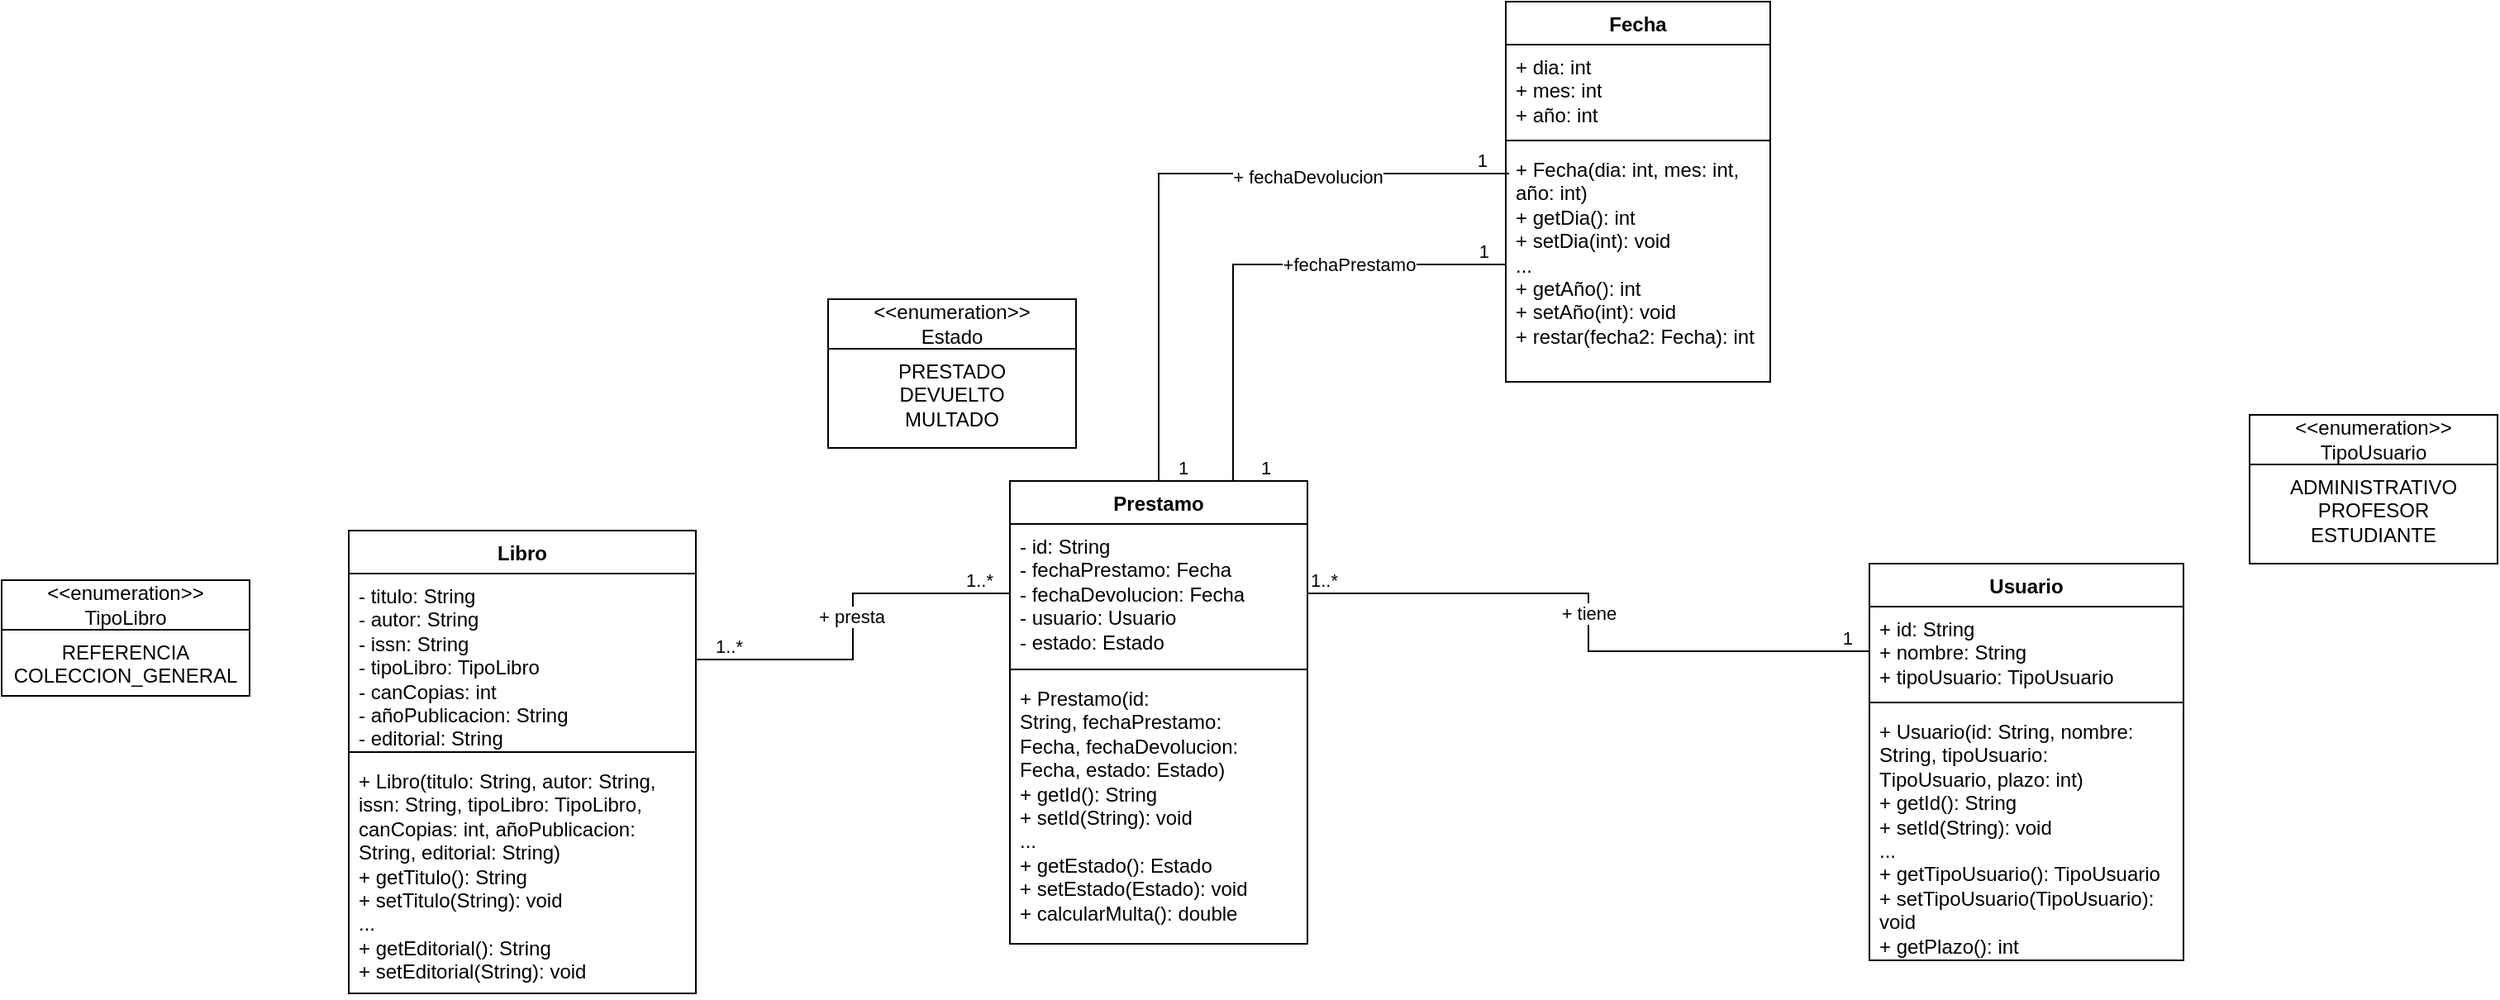
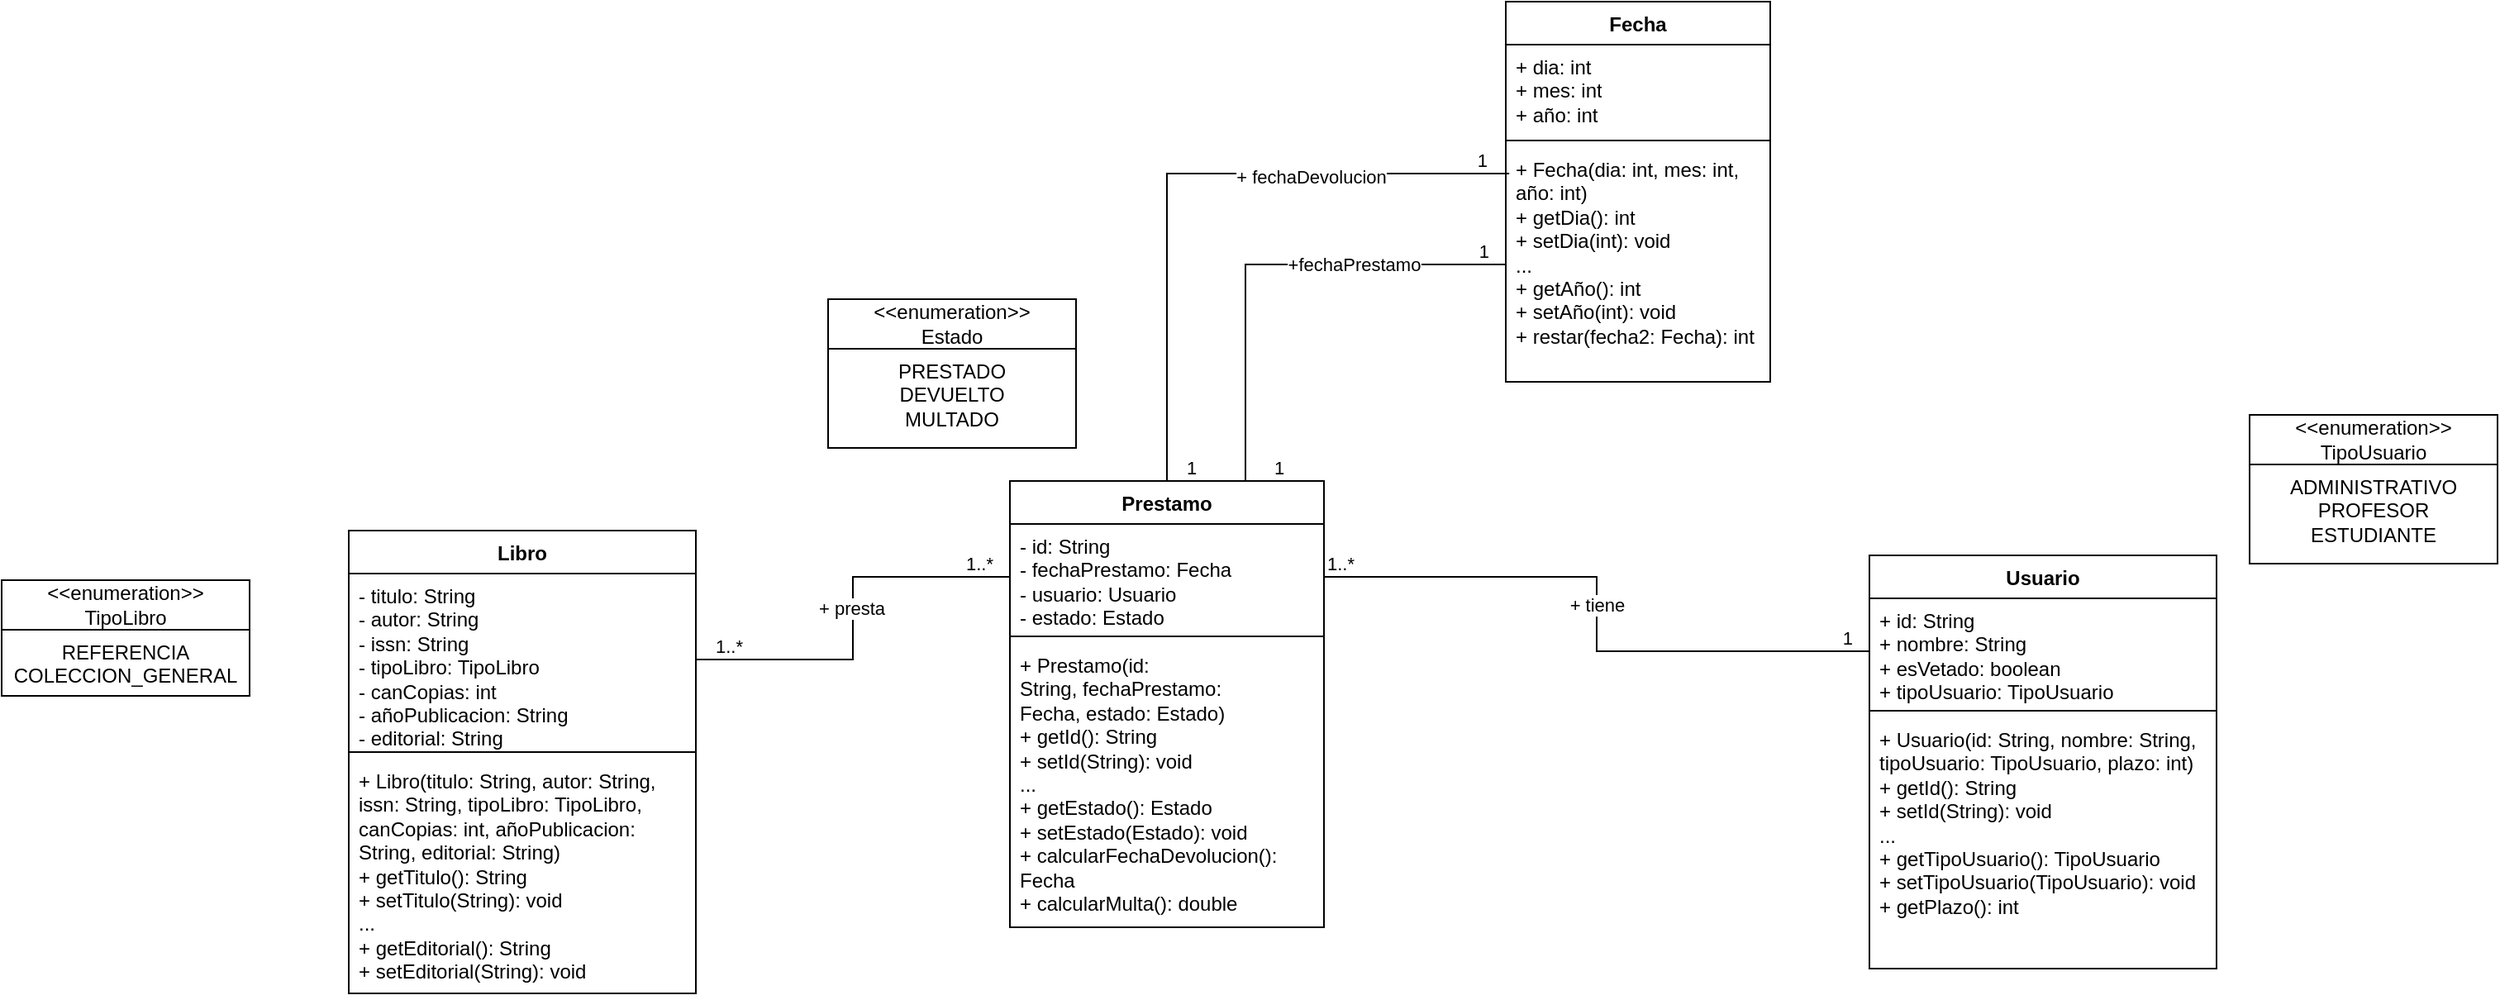
<mxfile host="app.diagrams.net">
  <diagram name="Página-1" id="T2FXIAzFDDacMx3JUOWi">
-     <mxGraphModel dx="1091" dy="1341" grid="1" gridSize="10" guides="1" tooltips="1" connect="1" arrows="1" fold="1" page="1" pageScale="1" pageWidth="1169" pageHeight="827" math="0" shadow="0">
+     <mxGraphModel dx="594" dy="1106" grid="1" gridSize="10" guides="1" tooltips="1" connect="1" arrows="1" fold="1" page="1" pageScale="1" pageWidth="1169" pageHeight="827" math="0" shadow="0">
      <root>
        <mxCell id="0" />
        <mxCell id="1" parent="0" />
        <mxCell id="m8XhnUcSD3VHOy4mk_Y8-1" parent="1" style="swimlane;fontStyle=1;align=center;verticalAlign=top;childLayout=stackLayout;horizontal=1;startSize=26;horizontalStack=0;resizeParent=1;resizeParentMax=0;resizeLast=0;collapsible=1;marginBottom=0;whiteSpace=wrap;html=1;" value="Libro" vertex="1">
          <mxGeometry height="280" width="210" x="230" y="180" as="geometry" />
        </mxCell>
        <mxCell id="m8XhnUcSD3VHOy4mk_Y8-2" parent="m8XhnUcSD3VHOy4mk_Y8-1" style="text;strokeColor=none;fillColor=none;align=left;verticalAlign=top;spacingLeft=4;spacingRight=4;overflow=hidden;rotatable=0;points=[[0,0.5],[1,0.5]];portConstraint=eastwest;whiteSpace=wrap;html=1;" value="- titulo: String&lt;div&gt;- autor: String&lt;/div&gt;&lt;div&gt;- issn: String&lt;/div&gt;&lt;div&gt;- tipoLibro: TipoLibro&lt;/div&gt;&lt;div&gt;- canCopias: int&lt;/div&gt;&lt;div&gt;- añoPublicacion: String&lt;/div&gt;&lt;div&gt;- editorial: String&lt;/div&gt;" vertex="1">
          <mxGeometry height="104" width="210" y="26" as="geometry" />
        </mxCell>
        <mxCell id="m8XhnUcSD3VHOy4mk_Y8-3" parent="m8XhnUcSD3VHOy4mk_Y8-1" style="line;strokeWidth=1;fillColor=none;align=left;verticalAlign=middle;spacingTop=-1;spacingLeft=3;spacingRight=3;rotatable=0;labelPosition=right;points=[];portConstraint=eastwest;strokeColor=inherit;" value="" vertex="1">
          <mxGeometry height="8" width="210" y="130" as="geometry" />
        </mxCell>
        <mxCell id="m8XhnUcSD3VHOy4mk_Y8-4" parent="m8XhnUcSD3VHOy4mk_Y8-1" style="text;strokeColor=none;fillColor=none;align=left;verticalAlign=top;spacingLeft=4;spacingRight=4;overflow=hidden;rotatable=0;points=[[0,0.5],[1,0.5]];portConstraint=eastwest;whiteSpace=wrap;html=1;" value="+ Libro(titulo: String, autor: String, issn: String, tipoLibro: TipoLibro, canCopias: int,&amp;nbsp;añoPublicacion: String, editorial: String)&lt;div&gt;+ getTitulo(): String&lt;/div&gt;&lt;div&gt;+ setTitulo(String): void&lt;/div&gt;&lt;div&gt;...&lt;/div&gt;&lt;div&gt;+ getEditorial(): String&lt;/div&gt;&lt;div&gt;+ setEditorial(String): void&lt;/div&gt;" vertex="1">
          <mxGeometry height="142" width="210" y="138" as="geometry" />
        </mxCell>
        <mxCell id="m8XhnUcSD3VHOy4mk_Y8-6" parent="1" style="swimlane;fontStyle=0;childLayout=stackLayout;horizontal=1;startSize=30;fillColor=none;horizontalStack=0;resizeParent=1;resizeParentMax=0;resizeLast=0;collapsible=1;marginBottom=0;whiteSpace=wrap;html=1;" value="&amp;lt;&amp;lt;enumeration&amp;gt;&amp;gt;&lt;div&gt;TipoLibro&lt;/div&gt;" vertex="1">
          <mxGeometry height="70" width="150" x="20" y="210" as="geometry" />
        </mxCell>
        <mxCell id="m8XhnUcSD3VHOy4mk_Y8-7" parent="m8XhnUcSD3VHOy4mk_Y8-6" style="text;strokeColor=none;fillColor=none;align=center;verticalAlign=top;spacingLeft=4;spacingRight=4;overflow=hidden;rotatable=0;points=[[0,0.5],[1,0.5]];portConstraint=eastwest;whiteSpace=wrap;html=1;" value="REFERENCIA&lt;div&gt;COLECCION_GENERAL&lt;/div&gt;" vertex="1">
          <mxGeometry height="40" width="150" y="30" as="geometry" />
        </mxCell>
        <mxCell id="m8XhnUcSD3VHOy4mk_Y8-11" parent="1" style="swimlane;fontStyle=1;align=center;verticalAlign=top;childLayout=stackLayout;horizontal=1;startSize=26;horizontalStack=0;resizeParent=1;resizeParentMax=0;resizeLast=0;collapsible=1;marginBottom=0;whiteSpace=wrap;html=1;" value="Prestamo" vertex="1">
-           <mxGeometry height="280" width="180" x="630" y="150" as="geometry" />
+           <mxGeometry height="270" width="190" x="630" y="150" as="geometry" />
        </mxCell>
-         <mxCell id="m8XhnUcSD3VHOy4mk_Y8-12" parent="m8XhnUcSD3VHOy4mk_Y8-11" style="text;strokeColor=none;fillColor=none;align=left;verticalAlign=top;spacingLeft=4;spacingRight=4;overflow=hidden;rotatable=0;points=[[0,0.5],[1,0.5]];portConstraint=eastwest;whiteSpace=wrap;html=1;" value="- id: String&lt;div&gt;- fechaPrestamo: Fecha&lt;/div&gt;&lt;div&gt;- fechaDevolucion: Fecha&lt;/div&gt;&lt;div&gt;- usuario: Usuario&lt;br&gt;&lt;div&gt;&lt;span style=&quot;background-color: transparent; color: light-dark(rgb(0, 0, 0), rgb(255, 255, 255));&quot;&gt;- estado: Estado&lt;/span&gt;&lt;div&gt;&lt;br&gt;&lt;/div&gt;&lt;/div&gt;&lt;/div&gt;" vertex="1">
-           <mxGeometry height="84" width="180" y="26" as="geometry" />
+         <mxCell id="m8XhnUcSD3VHOy4mk_Y8-12" parent="m8XhnUcSD3VHOy4mk_Y8-11" style="text;strokeColor=none;fillColor=none;align=left;verticalAlign=top;spacingLeft=4;spacingRight=4;overflow=hidden;rotatable=0;points=[[0,0.5],[1,0.5]];portConstraint=eastwest;whiteSpace=wrap;html=1;" value="- id: String&lt;div&gt;- fechaPrestamo: Fecha&lt;/div&gt;&lt;div&gt;&lt;span style=&quot;background-color: transparent; color: light-dark(rgb(0, 0, 0), rgb(255, 255, 255));&quot;&gt;- usuario: Usuario&lt;/span&gt;&lt;/div&gt;&lt;div&gt;&lt;div&gt;&lt;span style=&quot;background-color: transparent; color: light-dark(rgb(0, 0, 0), rgb(255, 255, 255));&quot;&gt;- estado: Estado&lt;/span&gt;&lt;div&gt;&lt;br&gt;&lt;/div&gt;&lt;/div&gt;&lt;/div&gt;" vertex="1">
+           <mxGeometry height="64" width="190" y="26" as="geometry" />
        </mxCell>
        <mxCell id="m8XhnUcSD3VHOy4mk_Y8-13" parent="m8XhnUcSD3VHOy4mk_Y8-11" style="line;strokeWidth=1;fillColor=none;align=left;verticalAlign=middle;spacingTop=-1;spacingLeft=3;spacingRight=3;rotatable=0;labelPosition=right;points=[];portConstraint=eastwest;strokeColor=inherit;" value="" vertex="1">
-           <mxGeometry height="8" width="180" y="110" as="geometry" />
+           <mxGeometry height="8" width="190" y="90" as="geometry" />
        </mxCell>
-         <mxCell id="m8XhnUcSD3VHOy4mk_Y8-14" parent="m8XhnUcSD3VHOy4mk_Y8-11" style="text;strokeColor=none;fillColor=none;align=left;verticalAlign=top;spacingLeft=4;spacingRight=4;overflow=hidden;rotatable=0;points=[[0,0.5],[1,0.5]];portConstraint=eastwest;whiteSpace=wrap;html=1;" value="&lt;div&gt;+ Prestamo(id: String,&lt;span style=&quot;background-color: transparent; color: light-dark(rgb(0, 0, 0), rgb(255, 255, 255));&quot;&gt;&amp;nbsp;fechaPrestamo: Fecha,&amp;nbsp;&lt;/span&gt;&lt;span style=&quot;background-color: transparent; color: light-dark(rgb(0, 0, 0), rgb(255, 255, 255));&quot;&gt;fechaDevolucion: Fecha,&lt;/span&gt;&lt;span style=&quot;background-color: transparent; color: light-dark(rgb(0, 0, 0), rgb(255, 255, 255));&quot;&gt;&amp;nbsp;estado: Estado)&lt;/span&gt;&lt;/div&gt;&lt;div&gt;+ getId(): String&lt;/div&gt;&lt;div&gt;+ setId(String): void&lt;/div&gt;&lt;div&gt;...&lt;/div&gt;&lt;div&gt;+ getEstado():&amp;nbsp;&lt;span style=&quot;background-color: transparent; color: light-dark(rgb(0, 0, 0), rgb(255, 255, 255));&quot;&gt;Estado&lt;/span&gt;&lt;/div&gt;&lt;div&gt;+ setEstado(Estado): void&lt;/div&gt;+ calcularMulta(): double" vertex="1">
-           <mxGeometry height="162" width="180" y="118" as="geometry" />
+         <mxCell id="m8XhnUcSD3VHOy4mk_Y8-14" parent="m8XhnUcSD3VHOy4mk_Y8-11" style="text;strokeColor=none;fillColor=none;align=left;verticalAlign=top;spacingLeft=4;spacingRight=4;overflow=hidden;rotatable=0;points=[[0,0.5],[1,0.5]];portConstraint=eastwest;whiteSpace=wrap;html=1;" value="&lt;div&gt;+ Prestamo(id: String,&lt;span style=&quot;background-color: transparent; color: light-dark(rgb(0, 0, 0), rgb(255, 255, 255));&quot;&gt;&amp;nbsp;fechaPrestamo: Fecha&lt;/span&gt;&lt;span style=&quot;background-color: transparent; color: light-dark(rgb(0, 0, 0), rgb(255, 255, 255));&quot;&gt;,&lt;/span&gt;&lt;span style=&quot;background-color: transparent; color: light-dark(rgb(0, 0, 0), rgb(255, 255, 255));&quot;&gt;&amp;nbsp;estado: Estado)&lt;/span&gt;&lt;/div&gt;&lt;div&gt;+ getId(): String&lt;/div&gt;&lt;div&gt;+ setId(String): void&lt;/div&gt;&lt;div&gt;...&lt;/div&gt;&lt;div&gt;+ getEstado():&amp;nbsp;&lt;span style=&quot;background-color: transparent; color: light-dark(rgb(0, 0, 0), rgb(255, 255, 255));&quot;&gt;Estado&lt;/span&gt;&lt;/div&gt;&lt;div&gt;+ setEstado(Estado): void&lt;/div&gt;&lt;div&gt;+ calcularFechaDevolucion(): Fecha&lt;/div&gt;+ calcularMulta(): double" vertex="1">
+           <mxGeometry height="172" width="190" y="98" as="geometry" />
        </mxCell>
        <mxCell id="m8XhnUcSD3VHOy4mk_Y8-19" parent="1" style="swimlane;fontStyle=0;childLayout=stackLayout;horizontal=1;startSize=30;fillColor=none;horizontalStack=0;resizeParent=1;resizeParentMax=0;resizeLast=0;collapsible=1;marginBottom=0;whiteSpace=wrap;html=1;" value="&amp;lt;&amp;lt;enumeration&amp;gt;&amp;gt;&lt;div&gt;Estado&lt;/div&gt;" vertex="1">
          <mxGeometry height="90" width="150" x="520" y="40" as="geometry" />
        </mxCell>
        <mxCell id="m8XhnUcSD3VHOy4mk_Y8-20" parent="m8XhnUcSD3VHOy4mk_Y8-19" style="text;strokeColor=none;fillColor=none;align=center;verticalAlign=top;spacingLeft=4;spacingRight=4;overflow=hidden;rotatable=0;points=[[0,0.5],[1,0.5]];portConstraint=eastwest;whiteSpace=wrap;html=1;" value="PRESTADO&lt;div&gt;DEVUELTO&lt;/div&gt;&lt;div&gt;MULTADO&lt;/div&gt;" vertex="1">
          <mxGeometry height="60" width="150" y="30" as="geometry" />
        </mxCell>
        <mxCell id="m8XhnUcSD3VHOy4mk_Y8-21" edge="1" parent="1" source="m8XhnUcSD3VHOy4mk_Y8-2" style="endArrow=none;html=1;edgeStyle=orthogonalEdgeStyle;rounded=0;entryX=0;entryY=0.5;entryDx=0;entryDy=0;exitX=1;exitY=0.5;exitDx=0;exitDy=0;" target="m8XhnUcSD3VHOy4mk_Y8-12" value="">
          <mxGeometry relative="1" as="geometry">
            <mxPoint x="480" y="460" as="sourcePoint" />
            <mxPoint x="640" y="460" as="targetPoint" />
          </mxGeometry>
        </mxCell>
        <mxCell id="m8XhnUcSD3VHOy4mk_Y8-22" connectable="0" parent="m8XhnUcSD3VHOy4mk_Y8-21" style="edgeLabel;resizable=0;html=1;align=left;verticalAlign=bottom;" value="1..*" vertex="1">
          <mxGeometry relative="1" x="-1" as="geometry">
            <mxPoint x="10" as="offset" />
          </mxGeometry>
        </mxCell>
        <mxCell id="m8XhnUcSD3VHOy4mk_Y8-23" connectable="0" parent="m8XhnUcSD3VHOy4mk_Y8-21" style="edgeLabel;resizable=0;html=1;align=right;verticalAlign=bottom;" value="1..*" vertex="1">
          <mxGeometry relative="1" x="1" as="geometry">
            <mxPoint x="-10" as="offset" />
          </mxGeometry>
        </mxCell>
        <mxCell id="m8XhnUcSD3VHOy4mk_Y8-24" connectable="0" parent="m8XhnUcSD3VHOy4mk_Y8-21" style="edgeLabel;html=1;align=center;verticalAlign=middle;resizable=0;points=[];" value="+ presta" vertex="1">
          <mxGeometry relative="1" x="0.0515" y="1" as="geometry">
            <mxPoint as="offset" />
          </mxGeometry>
        </mxCell>
        <mxCell id="m8XhnUcSD3VHOy4mk_Y8-25" parent="1" style="swimlane;fontStyle=1;align=center;verticalAlign=top;childLayout=stackLayout;horizontal=1;startSize=26;horizontalStack=0;resizeParent=1;resizeParentMax=0;resizeLast=0;collapsible=1;marginBottom=0;whiteSpace=wrap;html=1;" value="Fecha" vertex="1">
          <mxGeometry height="230" width="160" x="930" y="-140" as="geometry" />
        </mxCell>
        <mxCell id="m8XhnUcSD3VHOy4mk_Y8-26" parent="m8XhnUcSD3VHOy4mk_Y8-25" style="text;strokeColor=none;fillColor=none;align=left;verticalAlign=top;spacingLeft=4;spacingRight=4;overflow=hidden;rotatable=0;points=[[0,0.5],[1,0.5]];portConstraint=eastwest;whiteSpace=wrap;html=1;" value="+ dia: int&lt;div&gt;+ mes: int&lt;/div&gt;&lt;div&gt;+ año: int&lt;/div&gt;" vertex="1">
          <mxGeometry height="54" width="160" y="26" as="geometry" />
        </mxCell>
        <mxCell id="m8XhnUcSD3VHOy4mk_Y8-27" parent="m8XhnUcSD3VHOy4mk_Y8-25" style="line;strokeWidth=1;fillColor=none;align=left;verticalAlign=middle;spacingTop=-1;spacingLeft=3;spacingRight=3;rotatable=0;labelPosition=right;points=[];portConstraint=eastwest;strokeColor=inherit;" value="" vertex="1">
          <mxGeometry height="8" width="160" y="80" as="geometry" />
        </mxCell>
        <mxCell id="m8XhnUcSD3VHOy4mk_Y8-28" parent="m8XhnUcSD3VHOy4mk_Y8-25" style="text;strokeColor=none;fillColor=none;align=left;verticalAlign=top;spacingLeft=4;spacingRight=4;overflow=hidden;rotatable=0;points=[[0,0.5],[1,0.5]];portConstraint=eastwest;whiteSpace=wrap;html=1;" value="+ Fecha(dia: int, mes: int, año: int)&lt;div&gt;+ getDia(): int&lt;/div&gt;&lt;div&gt;+ setDia(int): void&lt;/div&gt;&lt;div&gt;...&lt;/div&gt;&lt;div&gt;+ getAño(): int&lt;/div&gt;&lt;div&gt;+ setAño(int): void&lt;/div&gt;&lt;div&gt;+ restar(fecha2: Fecha): int&lt;/div&gt;" vertex="1">
          <mxGeometry height="142" width="160" y="88" as="geometry" />
        </mxCell>
        <mxCell id="m8XhnUcSD3VHOy4mk_Y8-33" parent="1" style="swimlane;fontStyle=1;align=center;verticalAlign=top;childLayout=stackLayout;horizontal=1;startSize=26;horizontalStack=0;resizeParent=1;resizeParentMax=0;resizeLast=0;collapsible=1;marginBottom=0;whiteSpace=wrap;html=1;" value="Usuario" vertex="1">
-           <mxGeometry height="240" width="190" x="1150" y="200" as="geometry" />
+           <mxGeometry height="250" width="210" x="1150" y="195" as="geometry" />
        </mxCell>
-         <mxCell id="m8XhnUcSD3VHOy4mk_Y8-34" parent="m8XhnUcSD3VHOy4mk_Y8-33" style="text;strokeColor=none;fillColor=none;align=left;verticalAlign=top;spacingLeft=4;spacingRight=4;overflow=hidden;rotatable=0;points=[[0,0.5],[1,0.5]];portConstraint=eastwest;whiteSpace=wrap;html=1;" value="+ id: String&lt;div&gt;+ nombre: String&lt;/div&gt;&lt;div&gt;+ tipoUsuario: T&lt;span style=&quot;background-color: transparent; color: light-dark(rgb(0, 0, 0), rgb(255, 255, 255));&quot;&gt;ipoUsuario&lt;/span&gt;&lt;/div&gt;&lt;div&gt;&lt;br&gt;&lt;/div&gt;" vertex="1">
-           <mxGeometry height="54" width="190" y="26" as="geometry" />
+         <mxCell id="m8XhnUcSD3VHOy4mk_Y8-34" parent="m8XhnUcSD3VHOy4mk_Y8-33" style="text;strokeColor=none;fillColor=none;align=left;verticalAlign=top;spacingLeft=4;spacingRight=4;overflow=hidden;rotatable=0;points=[[0,0.5],[1,0.5]];portConstraint=eastwest;whiteSpace=wrap;html=1;" value="+ id: String&lt;div&gt;+ nombre: String&lt;/div&gt;&lt;div&gt;+ esVetado: boolean&lt;/div&gt;&lt;div&gt;+ tipoUsuario: T&lt;span style=&quot;background-color: transparent; color: light-dark(rgb(0, 0, 0), rgb(255, 255, 255));&quot;&gt;ipoUsuario&lt;/span&gt;&lt;/div&gt;&lt;div&gt;&lt;br&gt;&lt;/div&gt;" vertex="1">
+           <mxGeometry height="64" width="210" y="26" as="geometry" />
        </mxCell>
        <mxCell id="m8XhnUcSD3VHOy4mk_Y8-35" parent="m8XhnUcSD3VHOy4mk_Y8-33" style="line;strokeWidth=1;fillColor=none;align=left;verticalAlign=middle;spacingTop=-1;spacingLeft=3;spacingRight=3;rotatable=0;labelPosition=right;points=[];portConstraint=eastwest;strokeColor=inherit;" value="" vertex="1">
-           <mxGeometry height="8" width="190" y="80" as="geometry" />
+           <mxGeometry height="8" width="210" y="90" as="geometry" />
        </mxCell>
-         <mxCell id="m8XhnUcSD3VHOy4mk_Y8-36" parent="m8XhnUcSD3VHOy4mk_Y8-33" style="text;strokeColor=none;fillColor=none;align=left;verticalAlign=top;spacingLeft=4;spacingRight=4;overflow=hidden;rotatable=0;points=[[0,0.5],[1,0.5]];portConstraint=eastwest;whiteSpace=wrap;html=1;" value="+ Usuario(id: String, nombre: String,&amp;nbsp;tipoUsuario: T&lt;span style=&quot;color: light-dark(rgb(0, 0, 0), rgb(255, 255, 255)); background-color: transparent;&quot;&gt;ipoUsuario,&lt;/span&gt;&amp;nbsp;plazo: int)&amp;nbsp;&lt;div&gt;+ getId(): String&lt;/div&gt;&lt;div&gt;+ setId(String): void&lt;/div&gt;&lt;div&gt;...&lt;/div&gt;&lt;div&gt;+ getTipoUsuario(): TipoUsuario&lt;/div&gt;&lt;div&gt;+ setTipoUsuario(TipoUsuario): void&lt;/div&gt;&lt;div&gt;+ getPlazo(): int&lt;/div&gt;&lt;div&gt;&lt;br&gt;&lt;/div&gt;" vertex="1">
-           <mxGeometry height="152" width="190" y="88" as="geometry" />
+         <mxCell id="m8XhnUcSD3VHOy4mk_Y8-36" parent="m8XhnUcSD3VHOy4mk_Y8-33" style="text;strokeColor=none;fillColor=none;align=left;verticalAlign=top;spacingLeft=4;spacingRight=4;overflow=hidden;rotatable=0;points=[[0,0.5],[1,0.5]];portConstraint=eastwest;whiteSpace=wrap;html=1;" value="+ Usuario(id: String, nombre: String, tipoUsuario: T&lt;span style=&quot;color: light-dark(rgb(0, 0, 0), rgb(255, 255, 255)); background-color: transparent;&quot;&gt;ipoUsuario,&lt;/span&gt;&amp;nbsp;plazo: int)&amp;nbsp;&lt;div&gt;+ getId(): String&lt;/div&gt;&lt;div&gt;+ setId(String): void&lt;/div&gt;&lt;div&gt;...&lt;/div&gt;&lt;div&gt;+ getTipoUsuario(): TipoUsuario&lt;/div&gt;&lt;div&gt;+ setTipoUsuario(TipoUsuario): void&lt;/div&gt;&lt;div&gt;+ getPlazo(): int&lt;/div&gt;&lt;div&gt;&lt;br&gt;&lt;/div&gt;" vertex="1">
+           <mxGeometry height="152" width="210" y="98" as="geometry" />
        </mxCell>
        <mxCell id="m8XhnUcSD3VHOy4mk_Y8-41" parent="1" style="swimlane;fontStyle=0;childLayout=stackLayout;horizontal=1;startSize=30;fillColor=none;horizontalStack=0;resizeParent=1;resizeParentMax=0;resizeLast=0;collapsible=1;marginBottom=0;whiteSpace=wrap;html=1;" value="&amp;lt;&amp;lt;enumeration&amp;gt;&amp;gt;&lt;div&gt;TipoUsuario&lt;/div&gt;" vertex="1">
          <mxGeometry height="90" width="150" x="1380" y="110" as="geometry" />
        </mxCell>
        <mxCell id="m8XhnUcSD3VHOy4mk_Y8-42" parent="m8XhnUcSD3VHOy4mk_Y8-41" style="text;strokeColor=none;fillColor=none;align=center;verticalAlign=top;spacingLeft=4;spacingRight=4;overflow=hidden;rotatable=0;points=[[0,0.5],[1,0.5]];portConstraint=eastwest;whiteSpace=wrap;html=1;" value="ADMINISTRATIVO&lt;div&gt;PROFESOR&lt;/div&gt;&lt;div&gt;ESTUDIANTE&lt;/div&gt;" vertex="1">
          <mxGeometry height="60" width="150" y="30" as="geometry" />
        </mxCell>
        <mxCell id="m8XhnUcSD3VHOy4mk_Y8-43" edge="1" parent="1" source="m8XhnUcSD3VHOy4mk_Y8-12" style="endArrow=none;html=1;edgeStyle=orthogonalEdgeStyle;rounded=0;exitX=1;exitY=0.5;exitDx=0;exitDy=0;entryX=0;entryY=0.5;entryDx=0;entryDy=0;" target="m8XhnUcSD3VHOy4mk_Y8-34" value="">
          <mxGeometry relative="1" as="geometry">
            <mxPoint x="890" y="340" as="sourcePoint" />
            <mxPoint x="1050" y="340" as="targetPoint" />
          </mxGeometry>
        </mxCell>
        <mxCell id="m8XhnUcSD3VHOy4mk_Y8-44" connectable="0" parent="m8XhnUcSD3VHOy4mk_Y8-43" style="edgeLabel;resizable=0;html=1;align=left;verticalAlign=bottom;" value="1..*" vertex="1">
          <mxGeometry relative="1" x="-1" as="geometry" />
        </mxCell>
        <mxCell id="m8XhnUcSD3VHOy4mk_Y8-45" connectable="0" parent="m8XhnUcSD3VHOy4mk_Y8-43" style="edgeLabel;resizable=0;html=1;align=right;verticalAlign=bottom;" value="1" vertex="1">
          <mxGeometry relative="1" x="1" as="geometry">
            <mxPoint x="-10" as="offset" />
          </mxGeometry>
        </mxCell>
        <mxCell id="m8XhnUcSD3VHOy4mk_Y8-46" connectable="0" parent="m8XhnUcSD3VHOy4mk_Y8-43" style="edgeLabel;html=1;align=center;verticalAlign=middle;resizable=0;points=[];" value="+ tiene" vertex="1">
          <mxGeometry relative="1" x="-0.0494" y="-3" as="geometry">
            <mxPoint x="3" y="4" as="offset" />
          </mxGeometry>
        </mxCell>
        <mxCell id="m8XhnUcSD3VHOy4mk_Y8-48" edge="1" parent="1" source="m8XhnUcSD3VHOy4mk_Y8-11" style="endArrow=none;html=1;edgeStyle=orthogonalEdgeStyle;rounded=0;exitX=0.75;exitY=0;exitDx=0;exitDy=0;entryX=0;entryY=0.5;entryDx=0;entryDy=0;" target="m8XhnUcSD3VHOy4mk_Y8-28" value="">
          <mxGeometry relative="1" as="geometry">
            <mxPoint x="770" y="50" as="sourcePoint" />
            <mxPoint x="930" y="50" as="targetPoint" />
          </mxGeometry>
        </mxCell>
        <mxCell id="m8XhnUcSD3VHOy4mk_Y8-49" connectable="0" parent="m8XhnUcSD3VHOy4mk_Y8-48" style="edgeLabel;resizable=0;html=1;align=left;verticalAlign=bottom;" value="1" vertex="1">
          <mxGeometry relative="1" x="-1" as="geometry">
            <mxPoint x="15" as="offset" />
          </mxGeometry>
        </mxCell>
        <mxCell id="m8XhnUcSD3VHOy4mk_Y8-50" connectable="0" parent="m8XhnUcSD3VHOy4mk_Y8-48" style="edgeLabel;resizable=0;html=1;align=right;verticalAlign=bottom;" value="1" vertex="1">
          <mxGeometry relative="1" x="1" as="geometry">
            <mxPoint x="-10" as="offset" />
          </mxGeometry>
        </mxCell>
        <mxCell id="m8XhnUcSD3VHOy4mk_Y8-54" connectable="0" parent="m8XhnUcSD3VHOy4mk_Y8-48" style="edgeLabel;html=1;align=center;verticalAlign=middle;resizable=0;points=[];" value="+fechaPrestamo" vertex="1">
          <mxGeometry relative="1" x="0.3581" as="geometry">
            <mxPoint as="offset" />
          </mxGeometry>
        </mxCell>
        <mxCell id="m8XhnUcSD3VHOy4mk_Y8-51" edge="1" parent="1" source="m8XhnUcSD3VHOy4mk_Y8-11" style="endArrow=none;html=1;edgeStyle=orthogonalEdgeStyle;rounded=0;exitX=0.5;exitY=0;exitDx=0;exitDy=0;entryX=0.013;entryY=0.113;entryDx=0;entryDy=0;entryPerimeter=0;" target="m8XhnUcSD3VHOy4mk_Y8-28" value="">
          <mxGeometry relative="1" as="geometry">
            <mxPoint x="610" y="-59" as="sourcePoint" />
            <mxPoint x="775" y="-190" as="targetPoint" />
          </mxGeometry>
        </mxCell>
        <mxCell id="m8XhnUcSD3VHOy4mk_Y8-52" connectable="0" parent="m8XhnUcSD3VHOy4mk_Y8-51" style="edgeLabel;resizable=0;html=1;align=left;verticalAlign=bottom;" value="1" vertex="1">
          <mxGeometry relative="1" x="-1" as="geometry">
            <mxPoint x="10" as="offset" />
          </mxGeometry>
        </mxCell>
        <mxCell id="m8XhnUcSD3VHOy4mk_Y8-53" connectable="0" parent="m8XhnUcSD3VHOy4mk_Y8-51" style="edgeLabel;resizable=0;html=1;align=right;verticalAlign=bottom;" value="1" vertex="1">
          <mxGeometry relative="1" x="1" as="geometry">
            <mxPoint x="-12" as="offset" />
          </mxGeometry>
        </mxCell>
        <mxCell id="m8XhnUcSD3VHOy4mk_Y8-55" connectable="0" parent="m8XhnUcSD3VHOy4mk_Y8-51" style="edgeLabel;html=1;align=center;verticalAlign=middle;resizable=0;points=[];" value="+ fechaDevolucion" vertex="1">
          <mxGeometry relative="1" x="0.3867" y="-2" as="geometry">
            <mxPoint as="offset" />
          </mxGeometry>
        </mxCell>
      </root>
    </mxGraphModel>
  </diagram>
</mxfile>
